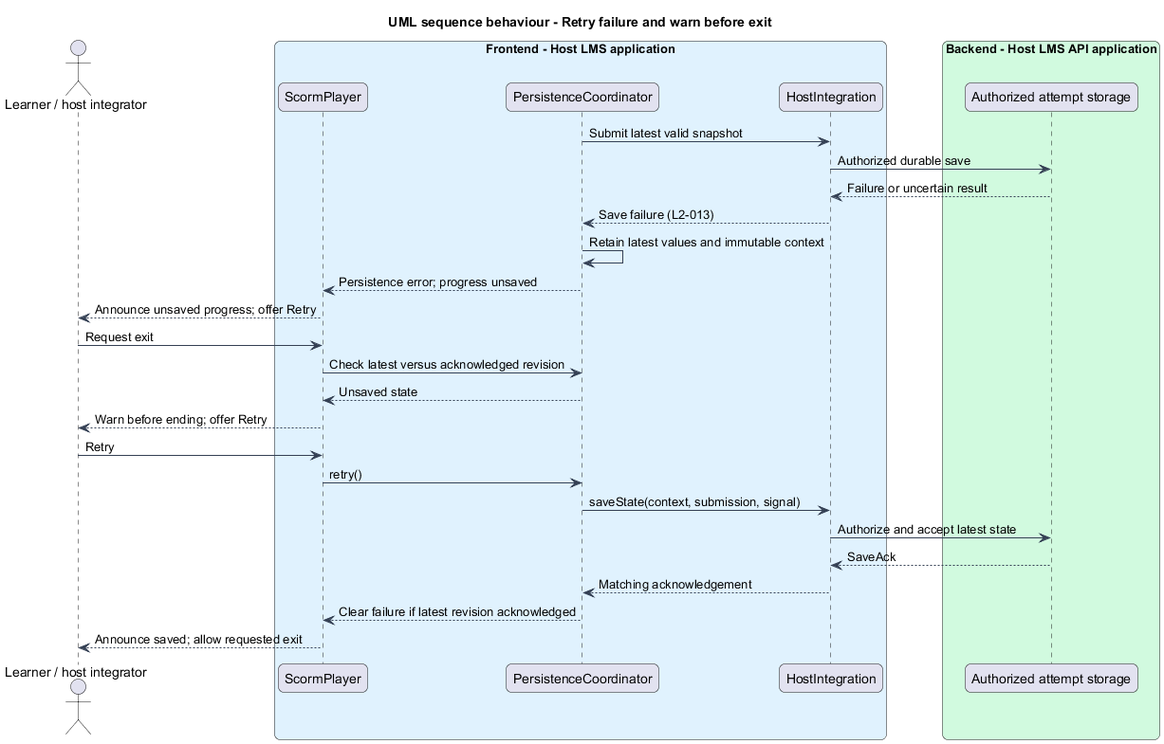
Above: docs/detailed-designs/scorm-player/save-progress/diagrams/sequence-retry.png in QuinntyneBrown/Tessera (PlantUML), before the change. The source it was exported from:
```plantuml
@startuml
title UML sequence behaviour - Retry failure and warn before exit
skinparam backgroundColor #FFFFFF
skinparam shadowing false
skinparam roundcorner 12
skinparam defaultFontName Arial
skinparam ArrowColor #344054
skinparam rectangle {
  BorderColor #344054
  FontColor #101828
}
skinparam package {
  BorderColor #667085
  FontColor #101828
  BackgroundColor #F9FAFB
}
actor "Learner / host integrator" as actor
box "Frontend - Host LMS application" #E0F2FE
  participant "ScormPlayer" as shell
  participant "PersistenceCoordinator" as core
  participant "HostIntegration" as host
end box
box "Backend - Host LMS API application" #D1FADF
  participant "Authorized attempt storage" as api
end box

core -> host : Submit latest valid snapshot
host -> api : Authorized durable save
api --> host : Failure or uncertain result
host --> core : Save failure (L2-013)
core -> core : Retain latest values and immutable context
core --> shell : Persistence error; progress unsaved
shell --> actor : Announce unsaved progress; offer Retry
actor -> shell : Request exit
shell -> core : Check latest versus acknowledged revision
core --> shell : Unsaved state
shell --> actor : Warn before ending; offer Retry
actor -> shell : Retry
shell -> core : retry()
core -> host : saveState(context, submission, signal)
host -> api : Authorize and accept latest state
api --> host : SaveAck
host --> core : Matching acknowledgement
core --> shell : Clear failure if latest revision acknowledged
shell --> actor : Announce saved; allow requested exit
@enduml
```
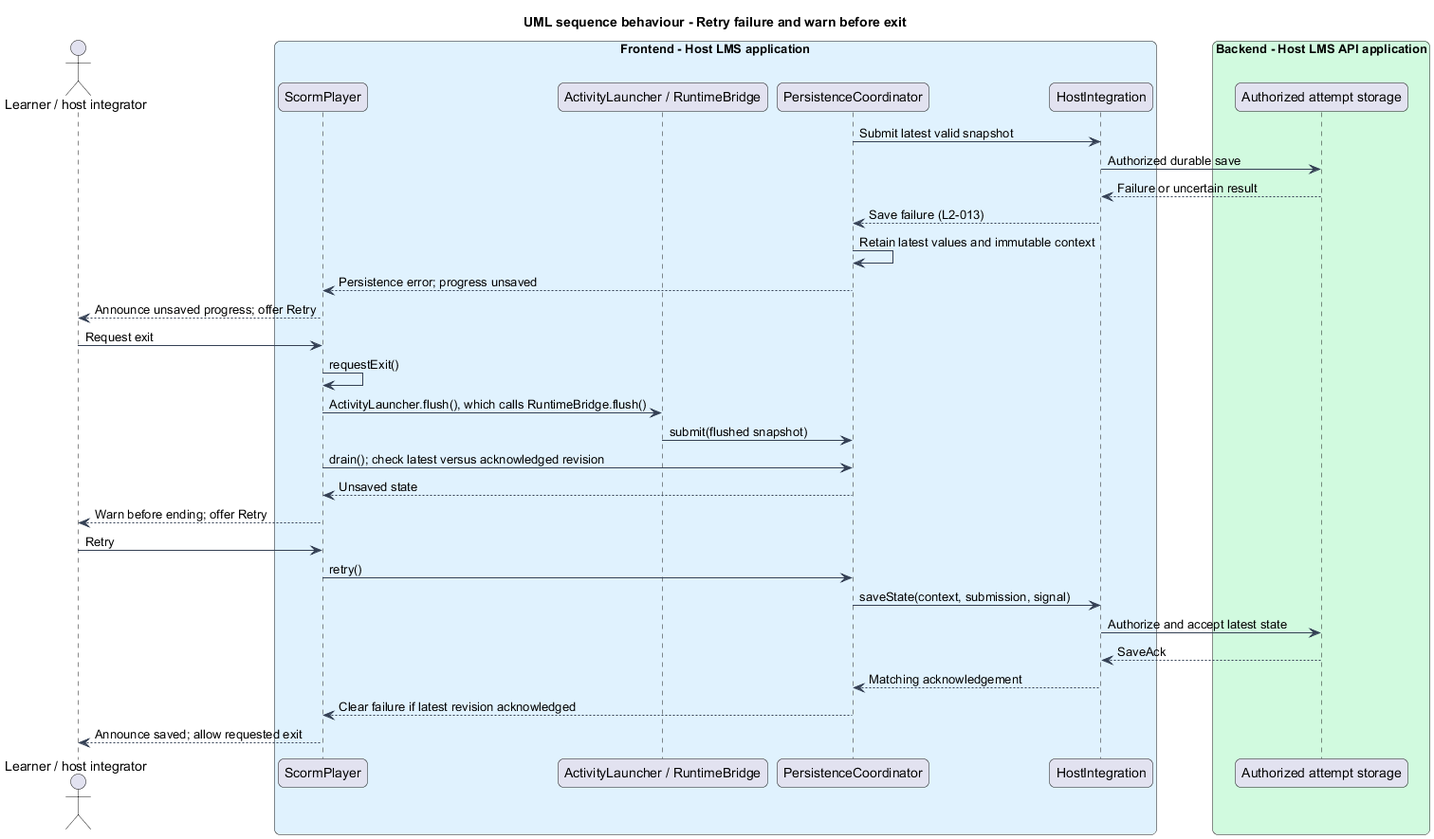
Later version of the same file.

Change to the diagram source:
```diff
@@ -17,6 +17,7 @@
 actor "Learner / host integrator" as actor
 box "Frontend - Host LMS application" #E0F2FE
   participant "ScormPlayer" as shell
+  participant "ActivityLauncher / RuntimeBridge" as launcher
   participant "PersistenceCoordinator" as core
   participant "HostIntegration" as host
 end box
@@ -32,7 +33,10 @@
 core --> shell : Persistence error; progress unsaved
 shell --> actor : Announce unsaved progress; offer Retry
 actor -> shell : Request exit
-shell -> core : Check latest versus acknowledged revision
+shell -> shell : requestExit()
+shell -> launcher : ActivityLauncher.flush(), which calls RuntimeBridge.flush()
+launcher -> core : submit(flushed snapshot)
+shell -> core : drain(); check latest versus acknowledged revision
 core --> shell : Unsaved state
 shell --> actor : Warn before ending; offer Retry
 actor -> shell : Retry
```
